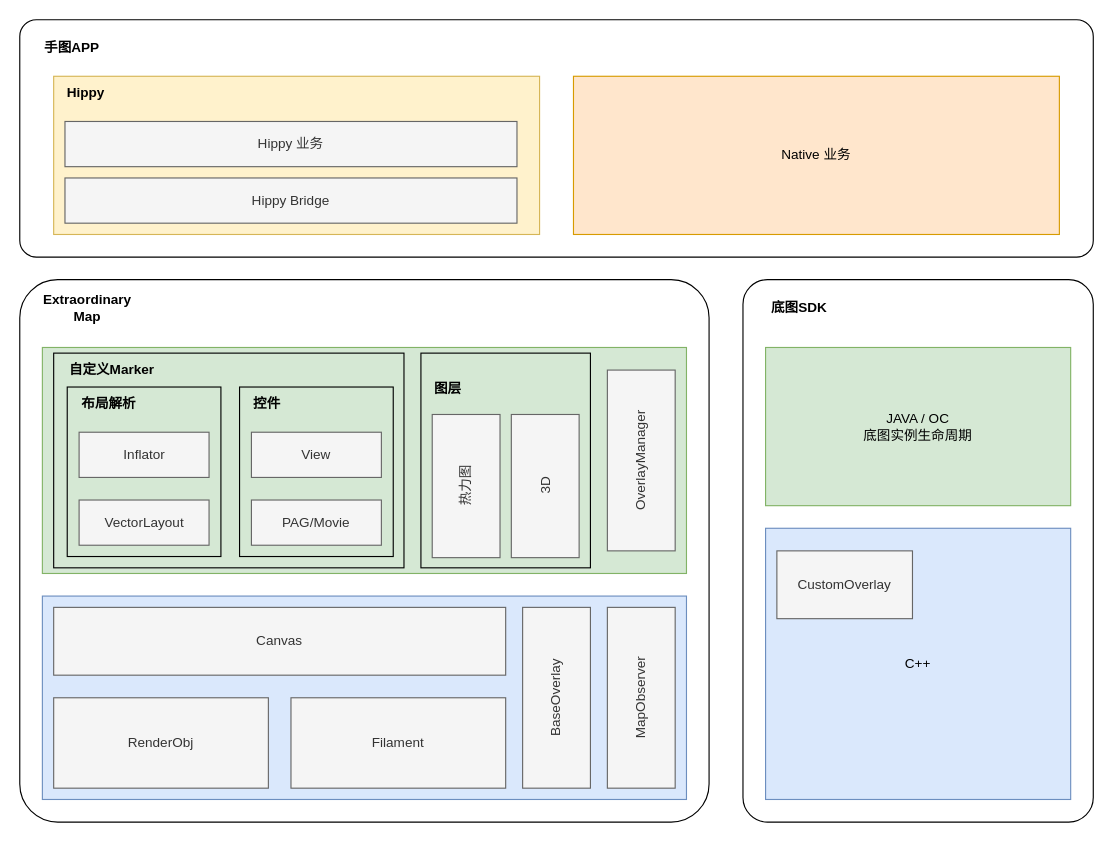
Earlier version of the draw.io diagram page "架构" (3 of 5) of extrodianry-map.drawio (wangziji/graphics). Source tidied: cells renumbered, new cells numbered last; positions are measured from the earlier drawing's top-left corner, leaving out a move shared by most shapes. Both pictures are drawn from the tidied source at 113%, with x=0, y=0 at pixel (19, 19).
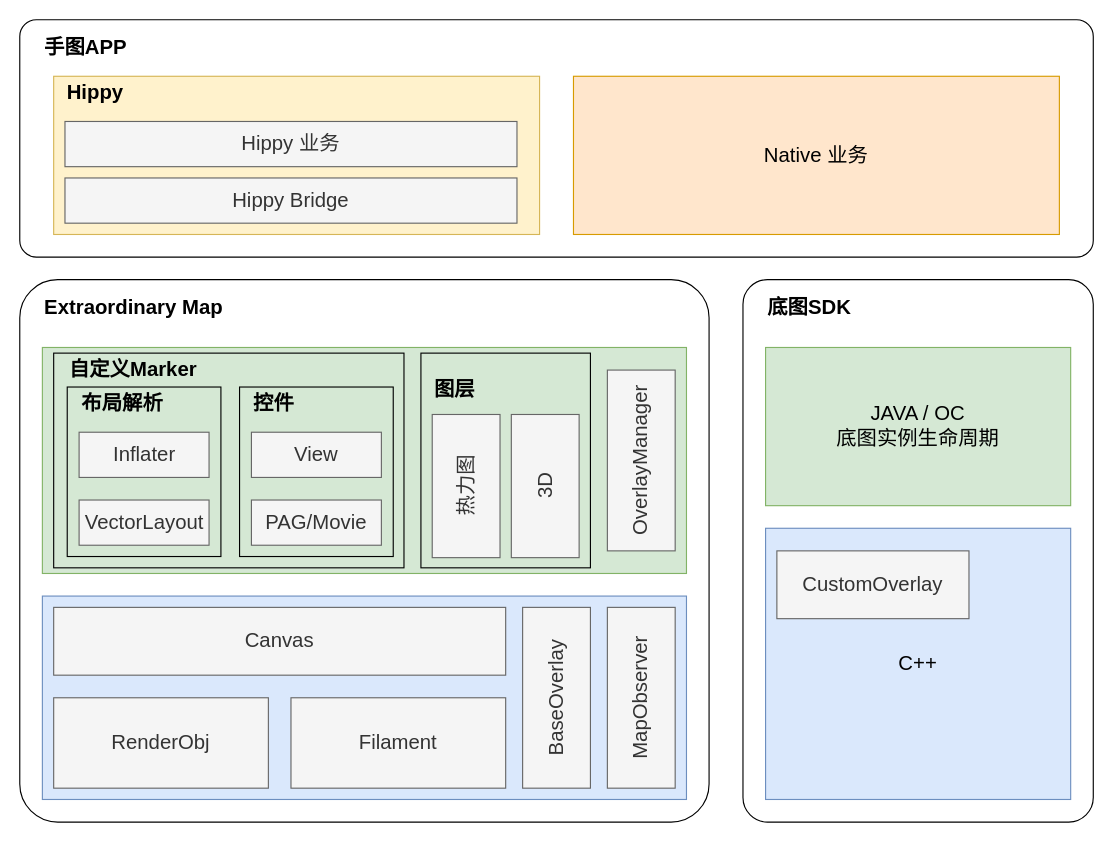
The same diagram, later.

Diff of the diagram source:
```diff
@@
-    <mxCell id="2" style="rounded=1;whiteSpace=wrap;html=1;fontFamily=腾讯体;fontSize=12;arcSize=7;fillStyle=hatch;gradientColor=none;fillColor=default;" parent="1" vertex="1">
+    <mxCell id="2" style="rounded=1;whiteSpace=wrap;html=1;fontFamily=腾讯体;fontSize=18;arcSize=7;fillStyle=hatch;gradientColor=none;fillColor=default;" parent="1" vertex="1">
       <mxGeometry x="640" y="230" width="310" height="480" as="geometry" />
     </mxCell>
-    <mxCell id="3" value="C++" style="rounded=0;whiteSpace=wrap;html=1;fillStyle=solid;fontFamily=腾讯体;fontSize=12;fillColor=#dae8fc;strokeColor=#6c8ebf;" parent="1" vertex="1">
+    <mxCell id="3" value="C++" style="rounded=0;whiteSpace=wrap;html=1;fillStyle=solid;fontFamily=腾讯体;fontSize=18;fillColor=#dae8fc;strokeColor=#6c8ebf;" parent="1" vertex="1">
       <mxGeometry x="660" y="450" width="270" height="240" as="geometry" />
     </mxCell>
-    <mxCell id="4" value="底图SDK" style="text;html=1;strokeColor=none;fillColor=none;align=center;verticalAlign=middle;whiteSpace=wrap;rounded=0;fillStyle=hatch;fontFamily=腾讯体;fontSize=12;fontStyle=1;" parent="1" vertex="1">
-      <mxGeometry x="660" y="240" width="60" height="30" as="geometry" />
+    <mxCell id="4" value="底图SDK" style="text;html=1;strokeColor=none;fillColor=none;align=left;verticalAlign=middle;whiteSpace=wrap;rounded=0;fillStyle=hatch;fontFamily=腾讯体;fontSize=18;fontStyle=1;" parent="1" vertex="1">
+      <mxGeometry x="660" y="240" width="100" height="30" as="geometry" />
     </mxCell>
-    <mxCell id="5" value="CustomOverlay" style="rounded=0;whiteSpace=wrap;html=1;fillStyle=solid;fontFamily=腾讯体;fontSize=12;fillColor=#f5f5f5;fontColor=#333333;strokeColor=#666666;" parent="1" vertex="1">
-      <mxGeometry x="670" y="470" width="120" height="60" as="geometry" />
+    <mxCell id="5" value="CustomOverlay" style="rounded=0;whiteSpace=wrap;html=1;fillStyle=solid;fontFamily=腾讯体;fontSize=18;fillColor=#f5f5f5;fontColor=#333333;strokeColor=#666666;" parent="1" vertex="1">
+      <mxGeometry x="670" y="470" width="170" height="60" as="geometry" />
     </mxCell>
-    <mxCell id="6" value="JAVA / OC&lt;br&gt;底图实例生命周期" style="rounded=0;whiteSpace=wrap;html=1;fillStyle=solid;fontFamily=腾讯体;fontSize=12;fillColor=#d5e8d4;strokeColor=#82b366;" parent="1" vertex="1">
+    <mxCell id="6" value="JAVA / OC&lt;br style=&quot;font-size: 18px;&quot;&gt;底图实例生命周期" style="rounded=0;whiteSpace=wrap;html=1;fillStyle=solid;fontFamily=腾讯体;fontSize=18;fillColor=#d5e8d4;strokeColor=#82b366;" parent="1" vertex="1">
       <mxGeometry x="660" y="290" width="270" height="140" as="geometry" />
     </mxCell>
-    <mxCell id="7" style="rounded=1;whiteSpace=wrap;html=1;fontFamily=腾讯体;fontSize=12;arcSize=7;fillStyle=hatch;gradientColor=none;fillColor=default;" parent="1" vertex="1">
+    <mxCell id="7" style="rounded=1;whiteSpace=wrap;html=1;fontFamily=腾讯体;fontSize=18;arcSize=7;fillStyle=hatch;gradientColor=none;fillColor=default;" parent="1" vertex="1">
       <mxGeometry y="230" width="610" height="480" as="geometry" />
     </mxCell>
-    <mxCell id="8" style="rounded=0;whiteSpace=wrap;html=1;fillStyle=solid;fontFamily=腾讯体;fontSize=12;fillColor=#dae8fc;strokeColor=#6c8ebf;" parent="1" vertex="1">
+    <mxCell id="8" style="rounded=0;whiteSpace=wrap;html=1;fillStyle=solid;fontFamily=腾讯体;fontSize=18;fillColor=#dae8fc;strokeColor=#6c8ebf;" parent="1" vertex="1">
       <mxGeometry x="20" y="510" width="570" height="180" as="geometry" />
     </mxCell>
-    <mxCell id="9" value="Extraordinary Map" style="text;html=1;strokeColor=none;fillColor=none;align=center;verticalAlign=middle;whiteSpace=wrap;rounded=0;fillStyle=hatch;fontFamily=腾讯体;fontSize=12;fontStyle=1;" parent="1" vertex="1">
-      <mxGeometry x="30" y="240" width="60" height="30" as="geometry" />
+    <mxCell id="9" value="Extraordinary Map" style="text;html=1;strokeColor=none;fillColor=none;align=left;verticalAlign=middle;whiteSpace=wrap;rounded=0;fillStyle=hatch;fontFamily=腾讯体;fontSize=18;fontStyle=1;" parent="1" vertex="1">
+      <mxGeometry x="20" y="240" width="220" height="30" as="geometry" />
     </mxCell>
-    <mxCell id="10" value="BaseOverlay" style="rounded=0;whiteSpace=wrap;html=1;fillStyle=solid;fontFamily=腾讯体;fontSize=12;fillColor=#f5f5f5;fontColor=#333333;strokeColor=#666666;horizontal=0;" parent="1" vertex="1">
+    <mxCell id="10" value="BaseOverlay" style="rounded=0;whiteSpace=wrap;html=1;fillStyle=solid;fontFamily=腾讯体;fontSize=18;fillColor=#f5f5f5;fontColor=#333333;strokeColor=#666666;horizontal=0;" parent="1" vertex="1">
       <mxGeometry x="445" y="520" width="60" height="160" as="geometry" />
     </mxCell>
-    <mxCell id="11" style="rounded=0;whiteSpace=wrap;html=1;fillStyle=solid;fontFamily=腾讯体;fontSize=12;fillColor=#d5e8d4;strokeColor=#82b366;" parent="1" vertex="1">
+    <mxCell id="11" style="rounded=0;whiteSpace=wrap;html=1;fillStyle=solid;fontFamily=腾讯体;fontSize=18;fillColor=#d5e8d4;strokeColor=#82b366;" parent="1" vertex="1">
       <mxGeometry x="20" y="290" width="570" height="200" as="geometry" />
     </mxCell>
-    <mxCell id="12" value="MapObserver" style="rounded=0;whiteSpace=wrap;html=1;fillStyle=solid;fontFamily=腾讯体;fontSize=12;fillColor=#f5f5f5;fontColor=#333333;strokeColor=#666666;horizontal=0;" parent="1" vertex="1">
+    <mxCell id="12" value="MapObserver" style="rounded=0;whiteSpace=wrap;html=1;fillStyle=solid;fontFamily=腾讯体;fontSize=18;fillColor=#f5f5f5;fontColor=#333333;strokeColor=#666666;horizontal=0;" parent="1" vertex="1">
       <mxGeometry x="520" y="520" width="60" height="160" as="geometry" />
     </mxCell>
-    <mxCell id="13" value="Canvas" style="rounded=0;whiteSpace=wrap;html=1;fillStyle=solid;fontFamily=腾讯体;fontSize=12;fillColor=#f5f5f5;fontColor=#333333;strokeColor=#666666;" parent="1" vertex="1">
+    <mxCell id="13" value="Canvas" style="rounded=0;whiteSpace=wrap;html=1;fillStyle=solid;fontFamily=腾讯体;fontSize=18;fillColor=#f5f5f5;fontColor=#333333;strokeColor=#666666;" parent="1" vertex="1">
       <mxGeometry x="30" y="520" width="400" height="60" as="geometry" />
     </mxCell>
-    <mxCell id="14" value="RenderObj" style="rounded=0;whiteSpace=wrap;html=1;fillStyle=solid;fontFamily=腾讯体;fontSize=12;fillColor=#f5f5f5;fontColor=#333333;strokeColor=#666666;" parent="1" vertex="1">
+    <mxCell id="14" value="RenderObj" style="rounded=0;whiteSpace=wrap;html=1;fillStyle=solid;fontFamily=腾讯体;fontSize=18;fillColor=#f5f5f5;fontColor=#333333;strokeColor=#666666;" parent="1" vertex="1">
       <mxGeometry x="30" y="600" width="190" height="80" as="geometry" />
     </mxCell>
-    <mxCell id="15" value="Filament" style="rounded=0;whiteSpace=wrap;html=1;fillStyle=solid;fontFamily=腾讯体;fontSize=12;fillColor=#f5f5f5;fontColor=#333333;strokeColor=#666666;" parent="1" vertex="1">
+    <mxCell id="15" value="Filament" style="rounded=0;whiteSpace=wrap;html=1;fillStyle=solid;fontFamily=腾讯体;fontSize=18;fillColor=#f5f5f5;fontColor=#333333;strokeColor=#666666;" parent="1" vertex="1">
       <mxGeometry x="240" y="600" width="190" height="80" as="geometry" />
     </mxCell>
-    <mxCell id="16" value="OverlayManager" style="rounded=0;whiteSpace=wrap;html=1;fillStyle=solid;fontFamily=腾讯体;fontSize=12;fillColor=#f5f5f5;fontColor=#333333;strokeColor=#666666;horizontal=0;" parent="1" vertex="1">
+    <mxCell id="16" value="OverlayManager" style="rounded=0;whiteSpace=wrap;html=1;fillStyle=solid;fontFamily=腾讯体;fontSize=18;fillColor=#f5f5f5;fontColor=#333333;strokeColor=#666666;horizontal=0;" parent="1" vertex="1">
       <mxGeometry x="520" y="310" width="60" height="160" as="geometry" />
     </mxCell>
-    <mxCell id="17" style="group;" parent="1" vertex="1">
+    <mxCell id="17" style="group;fontSize=18;" parent="1" vertex="1">
       <mxGeometry x="30" y="295" width="310" height="190" as="geometry" />
     </mxCell>
-    <mxCell id="18" style="rounded=0;whiteSpace=wrap;html=1;fillStyle=solid;fontFamily=腾讯体;fontSize=12;fillColor=none;gradientColor=none;" parent="17" vertex="1">
+    <mxCell id="18" style="rounded=0;whiteSpace=wrap;html=1;fillStyle=solid;fontFamily=腾讯体;fontSize=18;fillColor=none;gradientColor=none;" parent="17" vertex="1">
       <mxGeometry width="310" height="190" as="geometry" />
     </mxCell>
-    <mxCell id="19" value="View" style="rounded=0;whiteSpace=wrap;html=1;fillStyle=solid;fontFamily=腾讯体;fontSize=12;fillColor=#f5f5f5;fontColor=#333333;strokeColor=#666666;" parent="17" vertex="1">
+    <mxCell id="19" value="View" style="rounded=0;whiteSpace=wrap;html=1;fillStyle=solid;fontFamily=腾讯体;fontSize=18;fillColor=#f5f5f5;fontColor=#333333;strokeColor=#666666;" parent="17" vertex="1">
       <mxGeometry x="175" y="70" width="115" height="40" as="geometry" />
     </mxCell>
-    <mxCell id="20" style="rounded=0;whiteSpace=wrap;html=1;fillStyle=solid;fontFamily=腾讯体;fontSize=12;fillColor=none;gradientColor=none;" parent="17" vertex="1">
+    <mxCell id="20" style="rounded=0;whiteSpace=wrap;html=1;fillStyle=solid;fontFamily=腾讯体;fontSize=18;fillColor=none;gradientColor=none;" parent="17" vertex="1">
       <mxGeometry x="164.5" y="30" width="136" height="150" as="geometry" />
     </mxCell>
-    <mxCell id="21" value="PAG/Movie" style="rounded=0;whiteSpace=wrap;html=1;fillStyle=solid;fontFamily=腾讯体;fontSize=12;fillColor=#f5f5f5;fontColor=#333333;strokeColor=#666666;" parent="17" vertex="1">
+    <mxCell id="21" value="PAG/Movie" style="rounded=0;whiteSpace=wrap;html=1;fillStyle=solid;fontFamily=腾讯体;fontSize=18;fillColor=#f5f5f5;fontColor=#333333;strokeColor=#666666;" parent="17" vertex="1">
       <mxGeometry x="175" y="130" width="115" height="40" as="geometry" />
     </mxCell>
-    <mxCell id="22" value="控件" style="text;html=1;strokeColor=none;fillColor=none;align=left;verticalAlign=middle;whiteSpace=wrap;rounded=0;fillStyle=hatch;fontFamily=腾讯体;fontSize=12;fontStyle=1;" parent="17" vertex="1">
+    <mxCell id="22" value="控件" style="text;html=1;strokeColor=none;fillColor=none;align=left;verticalAlign=middle;whiteSpace=wrap;rounded=0;fillStyle=hatch;fontFamily=腾讯体;fontSize=18;fontStyle=1;" parent="17" vertex="1">
       <mxGeometry x="175" y="30" width="60" height="30" as="geometry" />
     </mxCell>
-    <mxCell id="23" style="rounded=0;whiteSpace=wrap;html=1;fillStyle=solid;fontFamily=腾讯体;fontSize=12;fillColor=none;gradientColor=none;" parent="17" vertex="1">
+    <mxCell id="23" style="rounded=0;whiteSpace=wrap;html=1;fillStyle=solid;fontFamily=腾讯体;fontSize=18;fillColor=none;gradientColor=none;" parent="17" vertex="1">
       <mxGeometry x="12" y="30" width="136" height="150" as="geometry" />
     </mxCell>
-    <mxCell id="24" value="Inflator" style="rounded=0;whiteSpace=wrap;html=1;fillStyle=solid;fontFamily=腾讯体;fontSize=12;fillColor=#f5f5f5;fontColor=#333333;strokeColor=#666666;" parent="17" vertex="1">
+    <mxCell id="24" value="Inflater" style="rounded=0;whiteSpace=wrap;html=1;fillStyle=solid;fontFamily=腾讯体;fontSize=18;fillColor=#f5f5f5;fontColor=#333333;strokeColor=#666666;" parent="17" vertex="1">
       <mxGeometry x="22.5" y="70" width="115" height="40" as="geometry" />
     </mxCell>
-    <mxCell id="25" value="VectorLayout" style="rounded=0;whiteSpace=wrap;html=1;fillStyle=solid;fontFamily=腾讯体;fontSize=12;fillColor=#f5f5f5;fontColor=#333333;strokeColor=#666666;" parent="17" vertex="1">
+    <mxCell id="25" value="VectorLayout" style="rounded=0;whiteSpace=wrap;html=1;fillStyle=solid;fontFamily=腾讯体;fontSize=18;fillColor=#f5f5f5;fontColor=#333333;strokeColor=#666666;" parent="17" vertex="1">
       <mxGeometry x="22.5" y="130" width="115" height="40" as="geometry" />
     </mxCell>
-    <mxCell id="26" value="布局解析" style="text;html=1;strokeColor=none;fillColor=none;align=left;verticalAlign=middle;whiteSpace=wrap;rounded=0;fillStyle=hatch;fontFamily=腾讯体;fontSize=12;fontStyle=1;" parent="17" vertex="1">
-      <mxGeometry x="22.5" y="30" width="60" height="30" as="geometry" />
+    <mxCell id="26" value="布局解析" style="text;html=1;strokeColor=none;fillColor=none;align=left;verticalAlign=middle;whiteSpace=wrap;rounded=0;fillStyle=hatch;fontFamily=腾讯体;fontSize=18;fontStyle=1;" parent="17" vertex="1">
+      <mxGeometry x="22.5" y="30" width="87.5" height="30" as="geometry" />
     </mxCell>
-    <mxCell id="27" value="自定义Marker" style="text;html=1;strokeColor=none;fillColor=none;align=left;verticalAlign=middle;whiteSpace=wrap;rounded=0;fillStyle=hatch;fontFamily=腾讯体;fontSize=12;fontStyle=1;" parent="17" vertex="1">
-      <mxGeometry x="12" width="88" height="30" as="geometry" />
+    <mxCell id="27" value="自定义Marker" style="text;html=1;strokeColor=none;fillColor=none;align=left;verticalAlign=middle;whiteSpace=wrap;rounded=0;fillStyle=hatch;fontFamily=腾讯体;fontSize=18;fontStyle=1;" parent="17" vertex="1">
+      <mxGeometry x="12" width="168" height="30" as="geometry" />
     </mxCell>
-    <mxCell id="28" style="group;" parent="1" vertex="1">
+    <mxCell id="28" style="group;fontSize=18;" parent="1" vertex="1">
       <mxGeometry x="355" y="295" width="150" height="190" as="geometry" />
     </mxCell>
-    <mxCell id="29" style="rounded=0;whiteSpace=wrap;html=1;fillStyle=solid;fontFamily=腾讯体;fontSize=12;fillColor=none;gradientColor=none;" parent="28" vertex="1">
+    <mxCell id="29" style="rounded=0;whiteSpace=wrap;html=1;fillStyle=solid;fontFamily=腾讯体;fontSize=18;fillColor=none;gradientColor=none;" parent="28" vertex="1">
       <mxGeometry width="150" height="190" as="geometry" />
     </mxCell>
-    <mxCell id="30" value="热力图" style="rounded=0;whiteSpace=wrap;html=1;fillStyle=solid;fontFamily=腾讯体;fontSize=12;fillColor=#f5f5f5;fontColor=#333333;strokeColor=#666666;horizontal=0;" parent="28" vertex="1">
+    <mxCell id="30" value="热力图" style="rounded=0;whiteSpace=wrap;html=1;fillStyle=solid;fontFamily=腾讯体;fontSize=18;fillColor=#f5f5f5;fontColor=#333333;strokeColor=#666666;horizontal=0;" parent="28" vertex="1">
       <mxGeometry x="10" y="54.3" width="60" height="126.7" as="geometry" />
     </mxCell>
-    <mxCell id="31" value="3D" style="rounded=0;whiteSpace=wrap;html=1;fillStyle=solid;fontFamily=腾讯体;fontSize=12;fillColor=#f5f5f5;fontColor=#333333;strokeColor=#666666;horizontal=0;" parent="28" vertex="1">
+    <mxCell id="31" value="3D" style="rounded=0;whiteSpace=wrap;html=1;fillStyle=solid;fontFamily=腾讯体;fontSize=18;fillColor=#f5f5f5;fontColor=#333333;strokeColor=#666666;horizontal=0;" parent="28" vertex="1">
       <mxGeometry x="80" y="54.3" width="60" height="126.7" as="geometry" />
     </mxCell>
-    <mxCell id="32" value="图层" style="text;html=1;strokeColor=none;fillColor=none;align=left;verticalAlign=middle;whiteSpace=wrap;rounded=0;fillStyle=hatch;fontFamily=腾讯体;fontSize=12;fontStyle=1;" parent="28" vertex="1">
+    <mxCell id="32" value="图层" style="text;html=1;strokeColor=none;fillColor=none;align=left;verticalAlign=middle;whiteSpace=wrap;rounded=0;fillStyle=hatch;fontFamily=腾讯体;fontSize=18;fontStyle=1;" parent="28" vertex="1">
       <mxGeometry x="10" y="18.1" width="60" height="27.1" as="geometry" />
     </mxCell>
-    <mxCell id="33" style="rounded=1;whiteSpace=wrap;html=1;fontFamily=腾讯体;fontSize=12;arcSize=7;fillStyle=hatch;gradientColor=none;fillColor=none;" parent="1" vertex="1">
+    <mxCell id="33" style="rounded=1;whiteSpace=wrap;html=1;fontFamily=腾讯体;fontSize=18;arcSize=7;fillStyle=hatch;gradientColor=none;fillColor=none;" parent="1" vertex="1">
       <mxGeometry width="950" height="210" as="geometry" />
     </mxCell>
-    <mxCell id="34" value="手图APP" style="text;html=1;strokeColor=none;fillColor=none;align=left;verticalAlign=middle;whiteSpace=wrap;rounded=0;fillStyle=hatch;fontFamily=腾讯体;fontSize=12;fontStyle=1;" parent="1" vertex="1">
+    <mxCell id="34" value="手图APP" style="text;html=1;strokeColor=none;fillColor=none;align=left;verticalAlign=middle;whiteSpace=wrap;rounded=0;fillStyle=hatch;fontFamily=腾讯体;fontSize=18;fontStyle=1;" parent="1" vertex="1">
       <mxGeometry x="20" y="10" width="90" height="30" as="geometry" />
     </mxCell>
-    <mxCell id="35" style="rounded=0;whiteSpace=wrap;html=1;fillStyle=solid;fontFamily=腾讯体;fontSize=12;fillColor=#fff2cc;strokeColor=#d6b656;" parent="1" vertex="1">
+    <mxCell id="35" style="rounded=0;whiteSpace=wrap;html=1;fillStyle=solid;fontFamily=腾讯体;fontSize=18;fillColor=#fff2cc;strokeColor=#d6b656;" parent="1" vertex="1">
       <mxGeometry x="30" y="50" width="430" height="140" as="geometry" />
     </mxCell>
-    <mxCell id="36" value="Hippy" style="text;html=1;strokeColor=none;fillColor=none;align=left;verticalAlign=middle;whiteSpace=wrap;rounded=0;fillStyle=hatch;fontFamily=腾讯体;fontSize=12;fontStyle=1;" parent="1" vertex="1">
+    <mxCell id="36" value="Hippy" style="text;html=1;strokeColor=none;fillColor=none;align=left;verticalAlign=middle;whiteSpace=wrap;rounded=0;fillStyle=hatch;fontFamily=腾讯体;fontSize=18;fontStyle=1;" parent="1" vertex="1">
       <mxGeometry x="40" y="50" width="90" height="30" as="geometry" />
     </mxCell>
-    <mxCell id="37" value="Native 业务" style="rounded=0;whiteSpace=wrap;html=1;fillStyle=solid;fontFamily=腾讯体;fontSize=12;fillColor=#ffe6cc;strokeColor=#d79b00;" parent="1" vertex="1">
+    <mxCell id="37" value="Native 业务" style="rounded=0;whiteSpace=wrap;html=1;fillStyle=solid;fontFamily=腾讯体;fontSize=18;fillColor=#ffe6cc;strokeColor=#d79b00;" parent="1" vertex="1">
       <mxGeometry x="490" y="50" width="430" height="140" as="geometry" />
     </mxCell>
-    <mxCell id="38" value="Hippy Bridge" style="rounded=0;whiteSpace=wrap;html=1;fillStyle=solid;fontFamily=腾讯体;fontSize=12;fillColor=#f5f5f5;fontColor=#333333;strokeColor=#666666;" parent="1" vertex="1">
+    <mxCell id="38" value="Hippy Bridge" style="rounded=0;whiteSpace=wrap;html=1;fillStyle=solid;fontFamily=腾讯体;fontSize=18;fillColor=#f5f5f5;fontColor=#333333;strokeColor=#666666;" parent="1" vertex="1">
       <mxGeometry x="40" y="140" width="400" height="40" as="geometry" />
     </mxCell>
-    <mxCell id="39" value="Hippy 业务" style="rounded=0;whiteSpace=wrap;html=1;fillStyle=solid;fontFamily=腾讯体;fontSize=12;fillColor=#f5f5f5;fontColor=#333333;strokeColor=#666666;" parent="1" vertex="1">
+    <mxCell id="39" value="Hippy 业务" style="rounded=0;whiteSpace=wrap;html=1;fillStyle=solid;fontFamily=腾讯体;fontSize=18;fillColor=#f5f5f5;fontColor=#333333;strokeColor=#666666;" parent="1" vertex="1">
       <mxGeometry x="40" y="90" width="400" height="40" as="geometry" />
     </mxCell>
```
